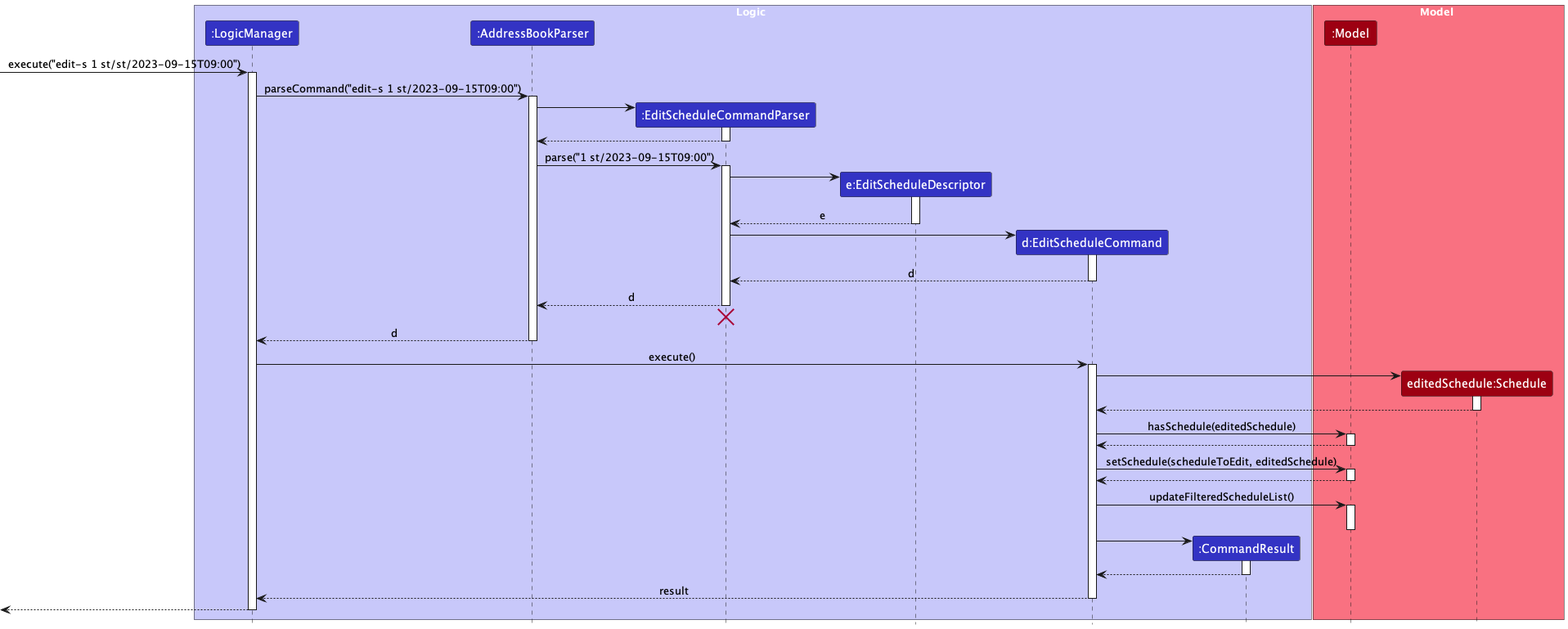
Before: docs/images/EditScheduleSequenceDiagram.png, a diagram exported from PlantUML (nus-cs2103-AY2324S1/tp).
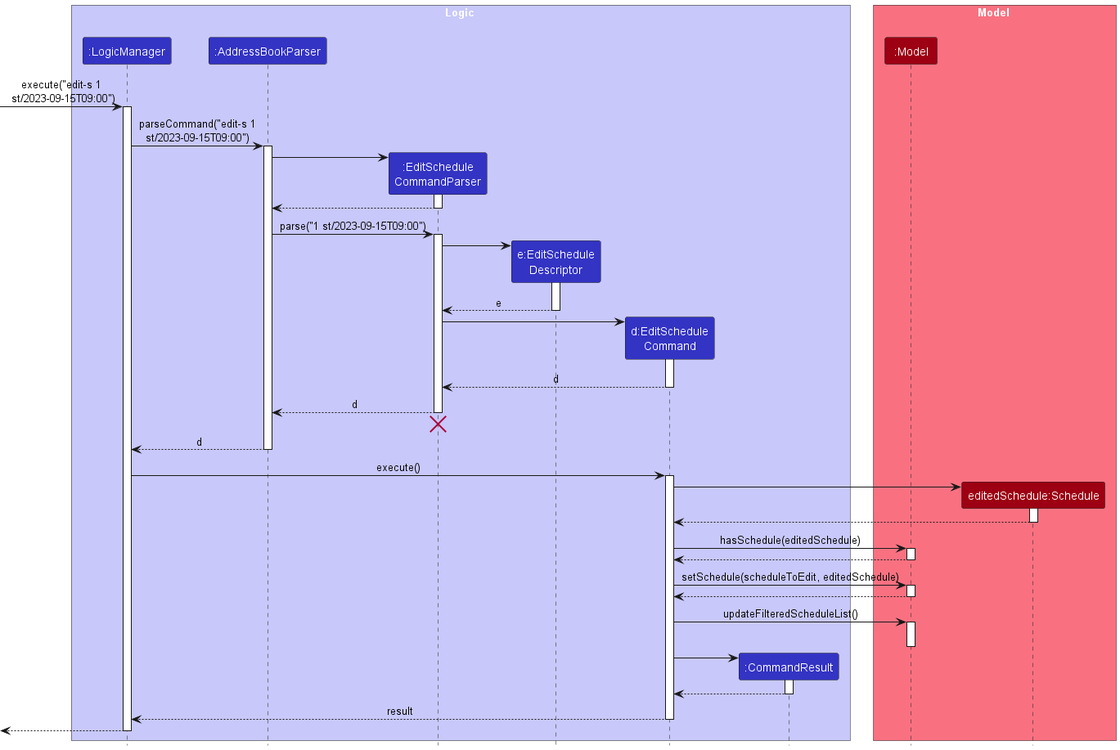
After the change.

What changed in the source:
```diff
@@ -5,9 +5,9 @@
 box Logic LOGIC_COLOR_T1
 participant ":LogicManager" as LogicManager LOGIC_COLOR
 participant ":AddressBookParser" as AddressBookParser LOGIC_COLOR
-participant ":EditScheduleCommandParser" as EditScheduleCommandParser LOGIC_COLOR
-participant "e:EditScheduleDescriptor" as EditScheduleDescriptor LOGIC_COLOR
-participant "d:EditScheduleCommand" as EditScheduleCommand LOGIC_COLOR
+participant ":EditSchedule\nCommandParser" as EditScheduleCommandParser LOGIC_COLOR
+participant "e:EditSchedule\nDescriptor" as EditScheduleDescriptor LOGIC_COLOR
+participant "d:EditSchedule\nCommand" as EditScheduleCommand LOGIC_COLOR
 participant ":CommandResult" as CommandResult LOGIC_COLOR
 end box
 
@@ -16,10 +16,10 @@
 participant "editedSchedule:Schedule" as EditedSchedule MODEL_COLOR
 end box
 
-[-> LogicManager : execute("edit-s 1 st/st/2023-09-15T09:00")
+[-> LogicManager : execute("edit-s 1\n st/2023-09-15T09:00")
 activate LogicManager
 
-LogicManager -> AddressBookParser : parseCommand("edit-s 1 st/2023-09-15T09:00")
+LogicManager -> AddressBookParser : parseCommand("edit-s 1\nst/2023-09-15T09:00")
 activate AddressBookParser
 
 create EditScheduleCommandParser
```
